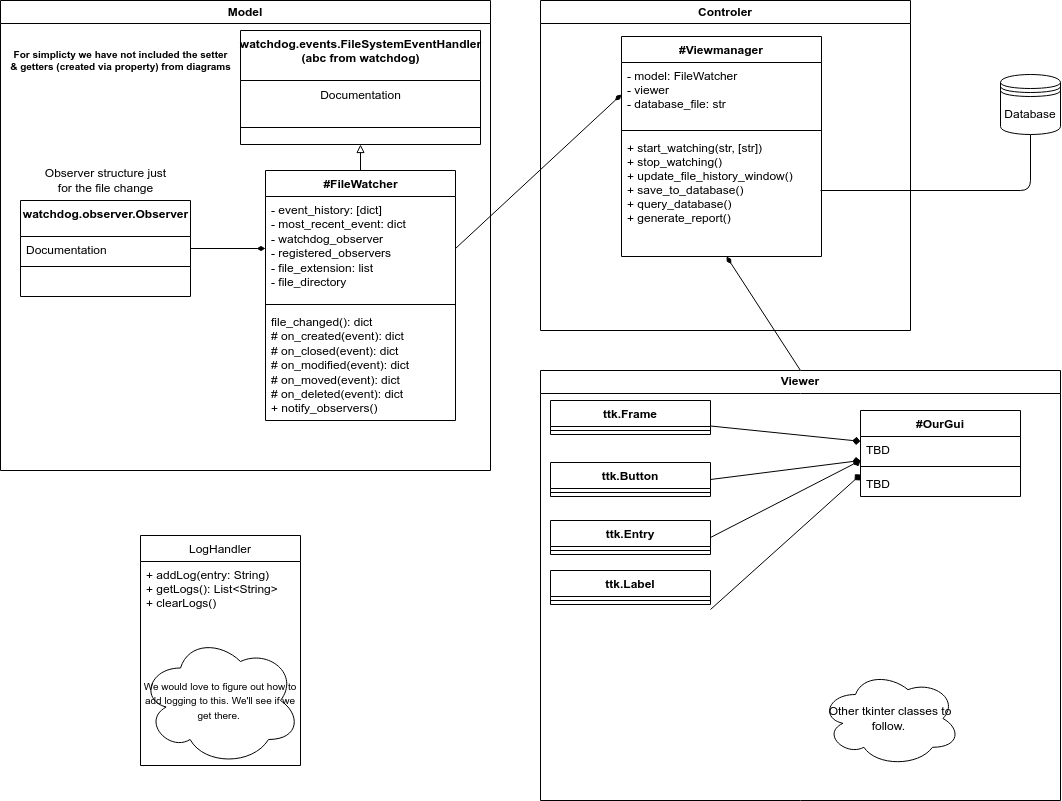
Above: docs/class_diagram.drawio.png in warlicks/File-Watcher (draw.io), before the change. Source tidied: cells renumbered, new cells last; positions are measured from the earlier drawing's top-left corner, leaving out a move shared by most shapes.
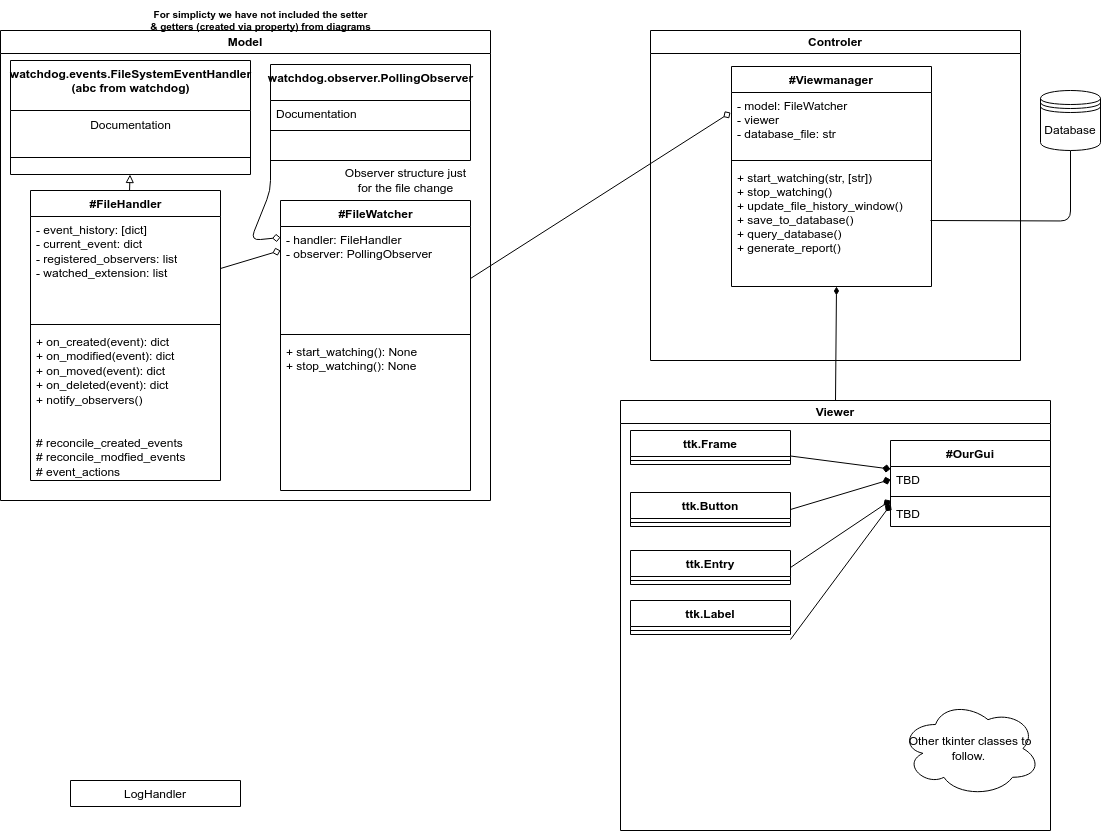
After the commit.

Commit message:
Updated doc strings and class diagram to reflect actual implementation.

What changed in the source:
```diff
@@ -3,10 +3,10 @@
     <mxCell id="0" />
     <mxCell id="1" parent="0" />
     <mxCell id="2" value="Model" style="swimlane;whiteSpace=wrap;html=1;" parent="1" vertex="1">
-      <mxGeometry width="490" height="470" as="geometry" />
+      <mxGeometry y="10" width="490" height="470" as="geometry" />
     </mxCell>
     <mxCell id="3" value="watchdog.events.FileSystemEventHandler&lt;br&gt;(abc from watchdog)" style="swimlane;fontStyle=1;align=center;verticalAlign=top;horizontal=1;startSize=50;html=1;" parent="2" vertex="1">
-      <mxGeometry x="240" y="30" width="240" height="114" as="geometry" />
+      <mxGeometry x="10" y="30" width="240" height="114" as="geometry" />
     </mxCell>
     <mxCell id="4" value="&lt;a href=&quot;https://python-watchdog.readthedocs.io/en/latest/api.html#watchdog.events.FileSystemEventHandler&quot;&gt;Documentation&lt;/a&gt;" style="text;html=1;align=center;verticalAlign=middle;strokeColor=none;fillColor=none;" parent="3" vertex="1">
       <mxGeometry y="50" width="240" height="30" as="geometry" />
@@ -14,50 +14,66 @@
     <mxCell id="5" style="line;strokeWidth=1;fillColor=none;align=left;verticalAlign=middle;spacingTop=-1;spacingLeft=3;spacingRight=3;labelPosition=right;points=[];portConstraint=eastwest;strokeColor=inherit;" parent="3" vertex="1">
       <mxGeometry y="80" width="240" height="34" as="geometry" />
     </mxCell>
+    <mxCell id="11" value="#FileHandler" style="swimlane;fontStyle=1;align=center;verticalAlign=top;horizontal=1;startSize=26;html=1;" parent="2" vertex="1">
+      <mxGeometry x="30" y="160" width="190" height="290" as="geometry" />
+    </mxCell>
+    <mxCell id="12" value="- event_history: [dict]&lt;br&gt;- current_event: dict&lt;br&gt;- registered_observers: list&lt;br&gt;- watched_extension: list&lt;div&gt;&lt;br/&gt;&lt;/div&gt;" style="text;strokeColor=none;fillColor=none;align=left;verticalAlign=top;spacingLeft=4;spacingRight=4;overflow=hidden;points=[[0,0.5],[1,0.5]];portConstraint=eastwest;html=1;" parent="11" vertex="1">
+      <mxGeometry y="26" width="190" height="104" as="geometry" />
+    </mxCell>
+    <mxCell id="13" style="line;strokeWidth=1;fillColor=none;align=left;verticalAlign=middle;spacingTop=-1;spacingLeft=3;spacingRight=3;labelPosition=right;strokeColor=inherit;html=1;" parent="11" vertex="1">
+      <mxGeometry y="130" width="190" height="8" as="geometry" />
+    </mxCell>
+    <mxCell id="14" value="+ on_created(event): dict&lt;br&gt;+ on_modified(event): dict&lt;br&gt;+ on_moved(event): dict&lt;br&gt;+ on_deleted(event): dict&lt;br&gt;+ notify_observers()&lt;div&gt;&lt;font color=&quot;#ffffff&quot;&gt;+ register_observer()&lt;/font&gt;&lt;/div&gt;&lt;div&gt;&lt;font color=&quot;#ffffff&quot;&gt;+ unregister_observer()&lt;br&gt;&lt;/font&gt;&lt;div&gt;# reconcile_created_events&lt;/div&gt;&lt;div&gt;# reconcile_modfied_events&lt;/div&gt;&lt;div&gt;# event_actions&lt;/div&gt;&lt;/div&gt;" style="text;strokeColor=none;fillColor=none;align=left;verticalAlign=top;spacingLeft=4;spacingRight=4;overflow=hidden;html=1;" parent="11" vertex="1">
+      <mxGeometry y="138" width="190" height="152" as="geometry" />
+    </mxCell>
+    <mxCell id="17" style="edgeStyle=none;html=1;endArrow=block;endFill=0;" parent="2" edge="1" source="11" target="5">
+      <mxGeometry relative="1" as="geometry" />
+    </mxCell>
+    <mxCell id="50" value="#FileWatcher" style="swimlane;fontStyle=1;align=center;verticalAlign=top;horizontal=1;startSize=26;html=1;" parent="2" vertex="1">
+      <mxGeometry x="280" y="170" width="190" height="290" as="geometry" />
+    </mxCell>
+    <mxCell id="51" value="- handler: FileHandler&lt;div&gt;- observer: PollingObserver&lt;/div&gt;" style="text;strokeColor=none;fillColor=none;align=left;verticalAlign=top;spacingLeft=4;spacingRight=4;overflow=hidden;points=[[0,0.5],[1,0.5]];portConstraint=eastwest;html=1;" parent="50" vertex="1">
+      <mxGeometry y="26" width="190" height="104" as="geometry" />
+    </mxCell>
+    <mxCell id="52" style="line;strokeWidth=1;fillColor=none;align=left;verticalAlign=middle;spacingTop=-1;spacingLeft=3;spacingRight=3;labelPosition=right;strokeColor=inherit;html=1;" parent="50" vertex="1">
+      <mxGeometry y="130" width="190" height="8" as="geometry" />
+    </mxCell>
+    <mxCell id="53" value="+ start_watching(): None&lt;div&gt;+ stop_watching(): None&lt;/div&gt;" style="text;strokeColor=none;fillColor=none;align=left;verticalAlign=top;spacingLeft=4;spacingRight=4;overflow=hidden;html=1;" parent="50" vertex="1">
+      <mxGeometry y="138" width="190" height="152" as="geometry" />
+    </mxCell>
+    <mxCell id="54" style="edgeStyle=none;html=1;exitX=1;exitY=0.5;exitDx=0;exitDy=0;endArrow=diamond;endFill=0;" parent="2" edge="1" source="12">
+      <mxGeometry relative="1" as="geometry">
+        <mxPoint x="280" y="220" as="targetPoint" />
+      </mxGeometry>
+    </mxCell>
-    <mxCell id="6" value="watchdog.observer.Observer" style="swimlane;fontStyle=1;align=center;verticalAlign=top;horizontal=1;startSize=36;html=1;" parent="2" vertex="1">
-      <mxGeometry x="20" y="200" width="170" height="96" as="geometry" />
+    <mxCell id="6" value="watchdog.observer.PollingObserver" style="swimlane;fontStyle=1;align=center;verticalAlign=top;horizontal=1;startSize=36;html=1;" parent="2" vertex="1">
+      <mxGeometry x="270" y="34" width="200" height="96" as="geometry" />
     </mxCell>
     <mxCell id="7" value="&lt;a href=&quot;https://python-watchdog.readthedocs.io/en/latest/api.html#watchdog.observers.api.BaseObserver&quot;&gt;Documentation&lt;/a&gt;" style="text;strokeColor=none;fillColor=none;align=left;verticalAlign=top;spacingLeft=4;spacingRight=4;overflow=hidden;points=[[0,0.5],[1,0.5]];portConstraint=eastwest;html=1;" parent="6" vertex="1">
-      <mxGeometry y="36" width="170" height="26" as="geometry" />
+      <mxGeometry y="36" width="200" height="26" as="geometry" />
     </mxCell>
     <mxCell id="8" style="line;strokeWidth=1;fillColor=none;align=left;verticalAlign=middle;spacingTop=-1;spacingLeft=3;spacingRight=3;labelPosition=right;strokeColor=inherit;html=1;" parent="6" vertex="1">
-      <mxGeometry y="62" width="170" height="8" as="geometry" />
+      <mxGeometry y="62" width="200" height="8" as="geometry" />
     </mxCell>
     <mxCell id="9" value="&amp;nbsp;&amp;nbsp;" style="text;strokeColor=none;fillColor=none;align=left;verticalAlign=top;spacingLeft=4;spacingRight=4;overflow=hidden;points=[[0,0.5],[1,0.5]];portConstraint=eastwest;html=1;" parent="6" vertex="1">
-      <mxGeometry y="70" width="170" height="26" as="geometry" />
+      <mxGeometry y="70" width="200" height="26" as="geometry" />
     </mxCell>
+    <mxCell id="15" style="edgeStyle=none;html=1;strokeColor=none;endArrow=diamondThin;endFill=1;" parent="2" edge="1" source="12" target="7">
+      <mxGeometry relative="1" as="geometry" />
+    </mxCell>
     <mxCell id="10" value="Observer structure just &lt;br&gt;for the file change" style="text;html=1;align=center;verticalAlign=middle;strokeColor=none;fillColor=none;" parent="2" vertex="1">
-      <mxGeometry x="35" y="160" width="140" height="40" as="geometry" />
+      <mxGeometry x="335" y="130" width="140" height="40" as="geometry" />
     </mxCell>
-    <mxCell id="11" value="#FileWatcher" style="swimlane;fontStyle=1;align=center;verticalAlign=top;horizontal=1;startSize=26;html=1;" parent="2" vertex="1">
-      <mxGeometry x="265" y="170" width="190" height="250" as="geometry" />
-    </mxCell>
-    <mxCell id="12" value="- event_history: [dict]&lt;br&gt;- most_recent_event: dict&lt;br&gt;- watchdog_observer&lt;br&gt;- registered_observers&lt;br&gt;- file_extension: list&lt;br&gt;- file_directory" style="text;strokeColor=none;fillColor=none;align=left;verticalAlign=top;spacingLeft=4;spacingRight=4;overflow=hidden;points=[[0,0.5],[1,0.5]];portConstraint=eastwest;html=1;" parent="11" vertex="1">
-      <mxGeometry y="26" width="190" height="104" as="geometry" />
-    </mxCell>
-    <mxCell id="13" style="line;strokeWidth=1;fillColor=none;align=left;verticalAlign=middle;spacingTop=-1;spacingLeft=3;spacingRight=3;labelPosition=right;strokeColor=inherit;html=1;" parent="11" vertex="1">
-      <mxGeometry y="130" width="190" height="8" as="geometry" />
-    </mxCell>
-    <mxCell id="14" value="file_changed(): dict&lt;br&gt;# on_created(event): dict&lt;br&gt;# on_closed(event): dict&lt;br&gt;# on_modified(event): dict&lt;br&gt;# on_moved(event): dict&lt;br&gt;# on_deleted(event): dict&lt;br&gt;+ notify_observers()" style="text;strokeColor=none;fillColor=none;align=left;verticalAlign=top;spacingLeft=4;spacingRight=4;overflow=hidden;html=1;" parent="11" vertex="1">
-      <mxGeometry y="138" width="190" height="112" as="geometry" />
-    </mxCell>
-    <mxCell id="15" style="edgeStyle=none;html=1;strokeColor=none;endArrow=diamondThin;endFill=1;" parent="2" edge="1" source="12" target="7">
-      <mxGeometry relative="1" as="geometry" />
-    </mxCell>
-    <mxCell id="16" style="edgeStyle=none;html=1;endArrow=diamondThin;endFill=1;" parent="2" edge="1" source="6" target="12">
-      <mxGeometry relative="1" as="geometry" />
-    </mxCell>
-    <mxCell id="17" style="edgeStyle=none;html=1;endArrow=block;endFill=0;" parent="2" edge="1" source="11" target="5">
-      <mxGeometry relative="1" as="geometry" />
-    </mxCell>
-    <mxCell id="18" value="&lt;span style=&quot;&quot;&gt;&lt;b&gt;For simplicty we have not included the setter &lt;br&gt;&amp;amp; getters (created via property) from diagrams&lt;/b&gt;&lt;/span&gt;" style="text;html=1;align=center;verticalAlign=middle;strokeColor=none;fillColor=none;fontSize=10;" parent="2" vertex="1">
-      <mxGeometry y="40" width="240" height="40" as="geometry" />
-    </mxCell>
-    <mxCell id="19" style="edgeStyle=none;html=1;exitX=1;exitY=0.5;exitDx=0;exitDy=0;entryX=0;entryY=0.5;entryDx=0;entryDy=0;endArrow=diamondThin;endFill=1;" parent="1" edge="1" source="12" target="22">
-      <mxGeometry relative="1" as="geometry" />
-    </mxCell>
+    <mxCell id="55" style="edgeStyle=none;html=1;exitX=0;exitY=0.5;exitDx=0;exitDy=0;entryX=0;entryY=0.106;entryDx=0;entryDy=0;entryPerimeter=0;endArrow=diamond;endFill=0;" parent="2" edge="1" source="9" target="51">
+      <mxGeometry relative="1" as="geometry">
+        <Array as="points">
+          <mxPoint x="270" y="160" />
+          <mxPoint x="250" y="210" />
+        </Array>
+      </mxGeometry>
+    </mxCell>
     <mxCell id="20" value="Controler" style="swimlane;whiteSpace=wrap;html=1;" parent="1" vertex="1">
-      <mxGeometry x="540" width="370" height="330" as="geometry" />
+      <mxGeometry x="650" y="10" width="370" height="330" as="geometry" />
     </mxCell>
     <mxCell id="21" value="#Viewmanager" style="swimlane;fontStyle=1;align=center;verticalAlign=top;horizontal=1;startSize=26;" parent="20" vertex="1">
       <mxGeometry x="81" y="36" width="200" height="220" as="geometry" />
@@ -83,7 +99,7 @@
       <mxGeometry relative="1" as="geometry" />
     </mxCell>
     <mxCell id="28" value="Viewer" style="swimlane;whiteSpace=wrap;html=1;" parent="1" vertex="1">
-      <mxGeometry x="540" y="370" width="520" height="430" as="geometry" />
+      <mxGeometry x="620" y="380" width="430" height="430" as="geometry" />
     </mxCell>
     <mxCell id="29" value="ttk.Frame" style="swimlane;fontStyle=1;align=center;verticalAlign=top;horizontal=1;startSize=26;" parent="28" vertex="1">
       <mxGeometry x="10" y="30" width="160" height="34" as="geometry" />
@@ -92,7 +108,7 @@
       <mxGeometry y="26" width="160" height="8" as="geometry" />
     </mxCell>
     <mxCell id="31" value="#OurGui" style="swimlane;fontStyle=1;align=center;verticalAlign=top;horizontal=1;startSize=26;" parent="28" vertex="1">
-      <mxGeometry x="320" y="40" width="160" height="86" as="geometry" />
+      <mxGeometry x="270" y="40" width="160" height="86" as="geometry" />
     </mxCell>
     <mxCell id="32" value="TBD" style="text;strokeColor=none;fillColor=none;align=left;verticalAlign=top;spacingLeft=4;spacingRight=4;overflow=hidden;points=[[0,0.5],[1,0.5]];portConstraint=eastwest;" parent="31" vertex="1">
       <mxGeometry y="26" width="160" height="26" as="geometry" />
@@ -112,10 +128,8 @@
     <mxCell id="37" style="edgeStyle=none;html=1;exitX=1;exitY=0.75;exitDx=0;exitDy=0;endArrow=diamond;endFill=1;" parent="28" edge="1" source="29" target="32">
       <mxGeometry relative="1" as="geometry" />
     </mxCell>
-    <mxCell id="38" style="edgeStyle=none;html=1;exitX=1;exitY=0.5;exitDx=0;exitDy=0;endArrow=diamond;endFill=1;" parent="28" edge="1" source="35">
-      <mxGeometry relative="1" as="geometry">
-        <mxPoint x="320" y="90" as="targetPoint" />
-      </mxGeometry>
+    <mxCell id="38" style="edgeStyle=none;html=1;exitX=1;exitY=0.5;exitDx=0;exitDy=0;endArrow=diamond;endFill=1;entryX=0;entryY=0.5;entryDx=0;entryDy=0;" parent="28" edge="1" source="35" target="32">
+      <mxGeometry relative="1" as="geometry" />
     </mxCell>
     <mxCell id="39" value="ttk.Entry" style="swimlane;fontStyle=1;align=center;verticalAlign=top;horizontal=1;startSize=26;" parent="28" vertex="1">
       <mxGeometry x="10" y="150" width="160" height="34" as="geometry" />
@@ -125,7 +139,7 @@
     </mxCell>
     <mxCell id="41" style="edgeStyle=none;html=1;exitX=1;exitY=0.5;exitDx=0;exitDy=0;endArrow=diamond;endFill=1;" parent="28" edge="1" source="39">
       <mxGeometry relative="1" as="geometry">
-        <mxPoint x="320" y="90" as="targetPoint" />
+        <mxPoint x="270" y="100" as="targetPoint" />
       </mxGeometry>
     </mxCell>
     <mxCell id="42" value="ttk.Label" style="swimlane;fontStyle=1;align=center;verticalAlign=top;horizontal=1;startSize=26;" parent="28" vertex="1">
@@ -142,17 +156,17 @@
     <mxCell id="45" value="Other tkinter classes to follow.&amp;nbsp;" style="ellipse;shape=cloud;whiteSpace=wrap;html=1;" parent="28" vertex="1">
       <mxGeometry x="280" y="300" width="140" height="96" as="geometry" />
     </mxCell>
-    <mxCell id="46" value="LogHandler" style="swimlane;fontStyle=0;align=center;verticalAlign=top;horizontal=1;startSize=26;rounded=0;shadow=0;strokeWidth=1;" parent="1" vertex="1">
-      <mxGeometry x="140" y="535" width="160" height="230" as="geometry" />
+    <mxCell id="46" value="LogHandler" style="swimlane;fontStyle=0;align=center;verticalAlign=top;horizontal=1;startSize=26;rounded=0;shadow=0;strokeWidth=1;" parent="1" vertex="1" collapsed="1">
+      <mxGeometry x="70" y="760" width="170" height="26" as="geometry" />
     </mxCell>
-    <mxCell id="47" value="+ addLog(entry: String)&#10;+ getLogs(): List&lt;String&gt;&#10;+ clearLogs()" style="text;align=left;verticalAlign=top;spacingLeft=4;spacingRight=4;overflow=hidden;" parent="46" vertex="1">
-      <mxGeometry y="26" width="160" height="74" as="geometry" />
-    </mxCell>
-    <mxCell id="48" value="&lt;font style=&quot;font-size: 10px;&quot;&gt;We would love to figure out how to add logging to this. We'll see if we get there.&amp;nbsp;&lt;/font&gt;" style="ellipse;shape=cloud;whiteSpace=wrap;html=1;" parent="46" vertex="1">
-      <mxGeometry y="100" width="160" height="130" as="geometry" />
-    </mxCell>
     <mxCell id="49" value="Database" style="shape=datastore;whiteSpace=wrap;html=1;" parent="1" vertex="1">
-      <mxGeometry x="1000" y="74" width="60" height="60" as="geometry" />
+      <mxGeometry x="1040" y="70" width="60" height="60" as="geometry" />
     </mxCell>
+    <mxCell id="18" value="&lt;span style=&quot;&quot;&gt;&lt;b&gt;For simplicty we have not included the setter &lt;br&gt;&amp;amp; getters (created via property) from diagrams&lt;/b&gt;&lt;/span&gt;" style="text;html=1;align=center;verticalAlign=middle;strokeColor=none;fillColor=none;fontSize=10;" parent="1" vertex="1">
+      <mxGeometry x="140" y="-20" width="240" height="40" as="geometry" />
+    </mxCell>
+    <mxCell id="56" style="edgeStyle=none;html=1;exitX=1;exitY=0.5;exitDx=0;exitDy=0;entryX=-0.005;entryY=0.313;entryDx=0;entryDy=0;entryPerimeter=0;endArrow=diamond;endFill=0;" parent="1" edge="1" source="51" target="22">
+      <mxGeometry relative="1" as="geometry" />
+    </mxCell>
   </root>
 </mxGraphModel>
```
